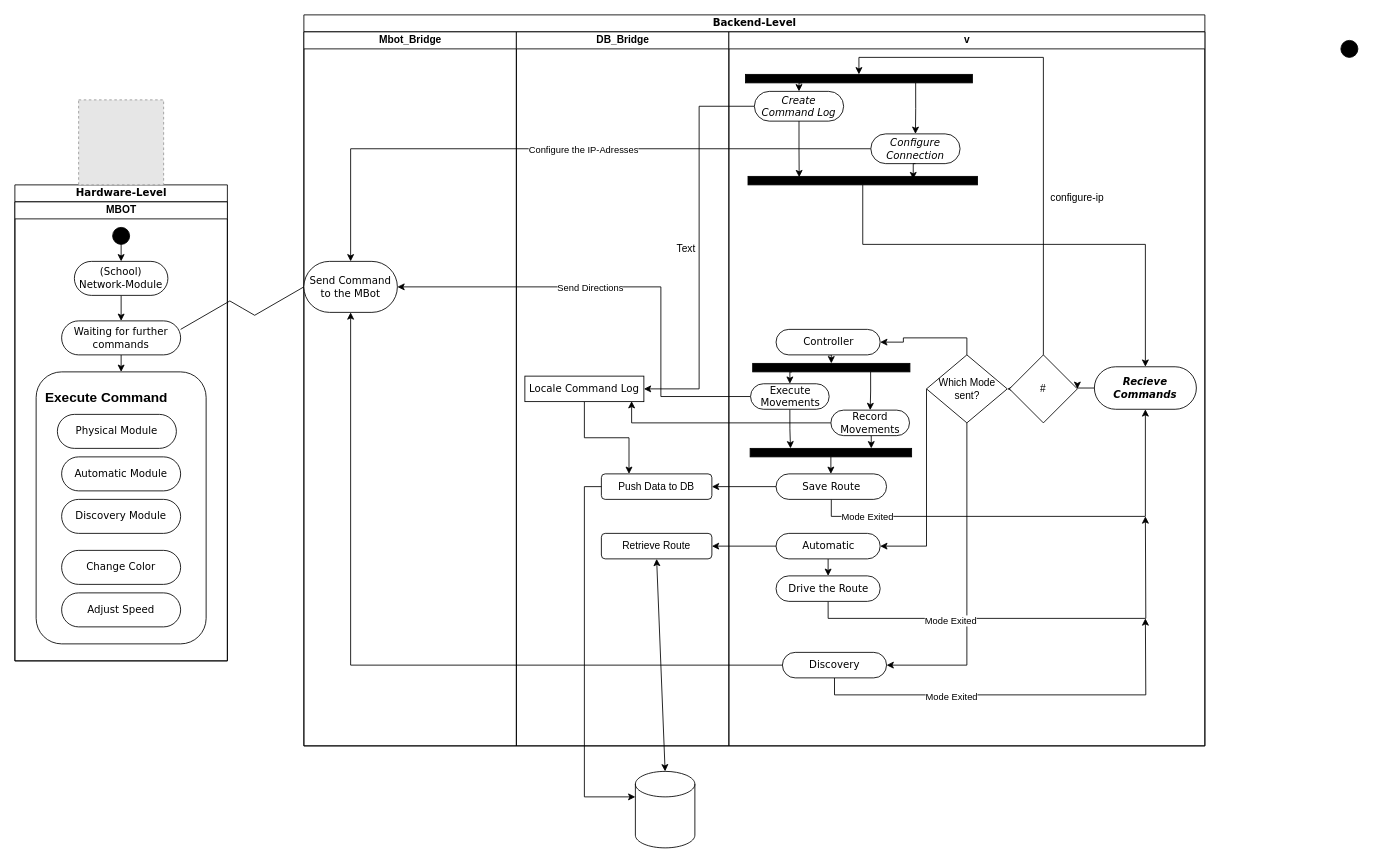
The draw.io diagram 02_Backend/!_Docs/SYP4_MBOT_G1_BackendAktivitaetsdiagramm.drawio in jonasaberger/SYP4_MBOT_G1, before the edit. Source tidied: cells renumbered, new cells numbered last; positions are measured from the earlier drawing's top-left corner, leaving out a move shared by most shapes. Both pictures are drawn from the tidied source at 85%, with x=0, y=0 at pixel (14, 14). Pictures stored in the file or linked from it are replaced by grey dashed boxes.
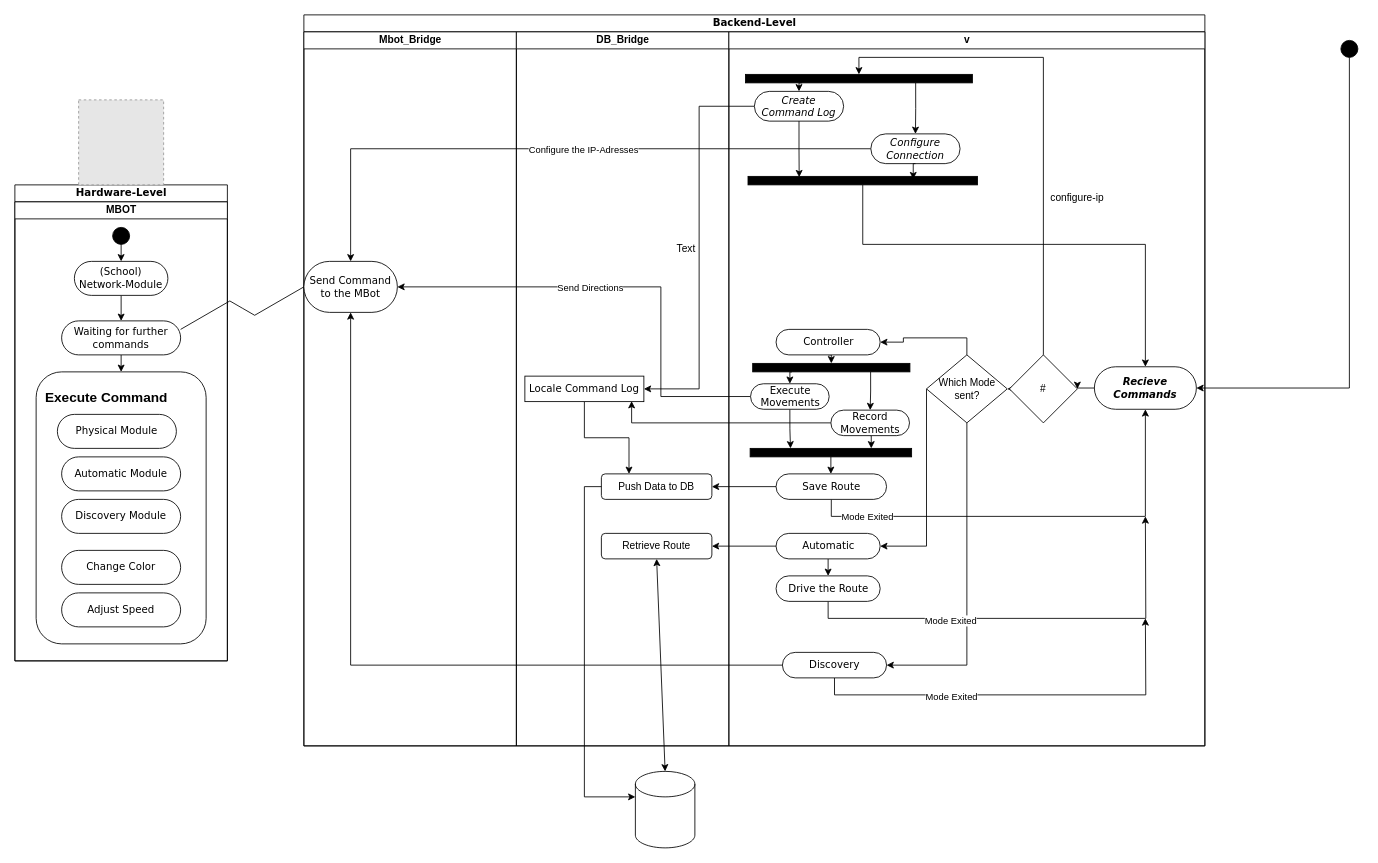
The same page after the edit.

Commit message (it also covers changes not shown here):
Add initial version of the overview diagram for the backend architecture in draw.io format

The change refers to these unchanged cells:
```xml
<mxCell id="34" value="&lt;i&gt;&lt;b&gt;Recieve Commands&lt;/b&gt;&lt;/i&gt;" style="rounded=1;whiteSpace=wrap;html=1;shadow=0;comic=0;labelBackgroundColor=none;strokeWidth=1;fontFamily=Verdana;fontSize=12;align=center;arcSize=50;" parent="32" vertex="1">
  <mxGeometry x="430" y="394" width="120" height="50" as="geometry" />
</mxCell>
<mxCell id="75" style="ellipse;whiteSpace=wrap;html=1;rounded=0;shadow=0;comic=0;labelBackgroundColor=none;strokeWidth=1;fillColor=#000000;fontFamily=Verdana;fontSize=12;align=center;" parent="1" vertex="1">
  <mxGeometry x="1560" y="30" width="20" height="20" as="geometry" />
</mxCell>
```

The edit, as a diff of the source:
```diff
@@
-    <mxCell id="76" style="edgeStyle=orthogonalEdgeStyle;rounded=0;orthogonalLoop=1;jettySize=auto;html=1;exitX=1;exitY=1;exitDx=0;exitDy=0;entryX=0.5;entryY=1;entryDx=0;entryDy=0;" parent="1" edge="1" source="75" target="75">
-      <mxGeometry relative="1" as="geometry" />
-    </mxCell>
@@
+    <mxCell id="83" style="endArrow=classic;html=1;rounded=0;exitX=0.5;exitY=1;exitDx=0;exitDy=0;entryX=1;entryY=0.5;entryDx=0;entryDy=0;" parent="1" edge="1" source="75" target="34">
+      <mxGeometry relative="1" as="geometry">
+        <Array as="points">
+          <mxPoint x="1570" y="439" />
+        </Array>
+      </mxGeometry>
+    </mxCell>
```
